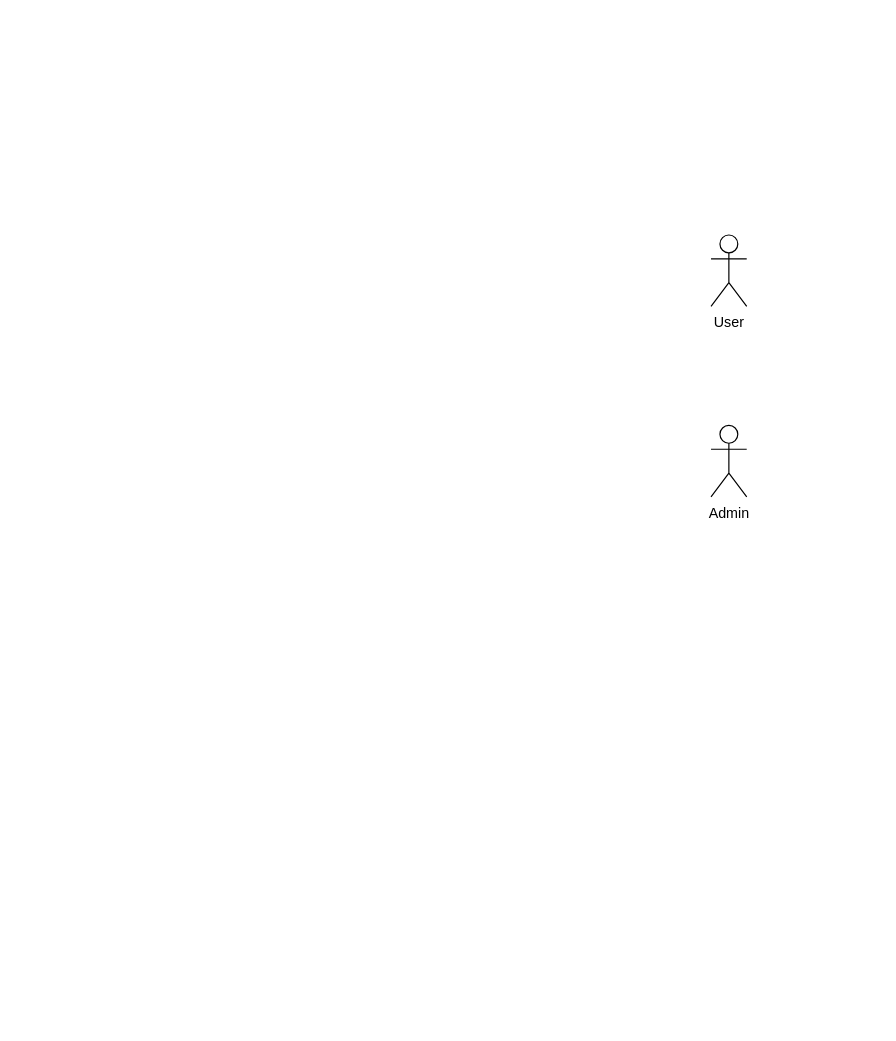
The draw.io diagram usecase.drawio in DuongThang0702/diagram, before the edit. Source tidied: cells renumbered, new cells numbered last; positions are measured from the earlier drawing's top-left corner, leaving out a move shared by most shapes. Both pictures are drawn from the tidied source at 119%, with x=0, y=0 at pixel (710, 234).
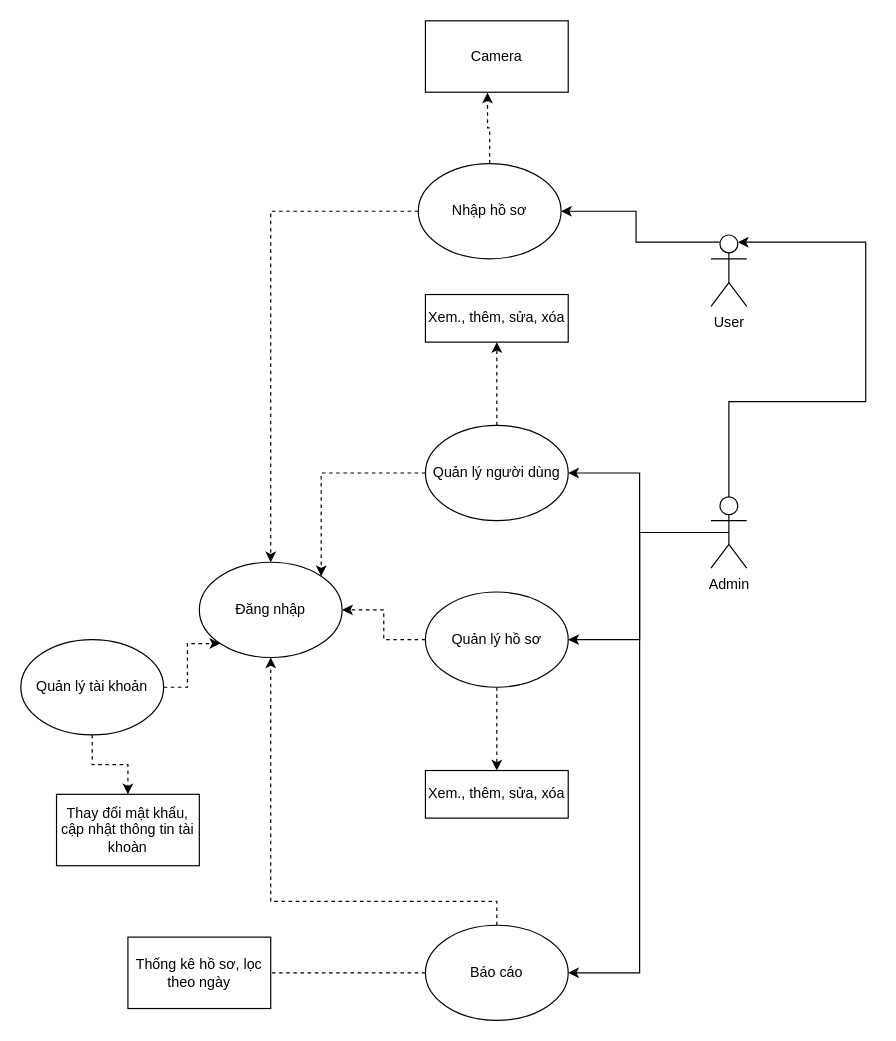
The same page after the edit.

Unchanged cells that the change refers to:
```xml
<mxCell id="2" value="User" style="shape=umlActor;verticalLabelPosition=bottom;verticalAlign=top;html=1;outlineConnect=0;" parent="1" vertex="1">
  <mxGeometry width="30" height="60" as="geometry" />
</mxCell>
```

The edit, as a diff of the source:
```diff
@@
+    <mxCell id="4" style="edgeStyle=orthogonalEdgeStyle;rounded=0;jettySize=auto;html=1;exitX=0.25;exitY=0.1;exitDx=0;exitDy=0;exitPerimeter=0;entryX=1;entryY=0.5;entryDx=0;entryDy=0;" parent="1" edge="1" source="2" target="13">
+      <mxGeometry relative="1" as="geometry" />
+    </mxCell>
@@
+    <mxCell id="5" style="edgeStyle=orthogonalEdgeStyle;rounded=0;jettySize=auto;html=1;entryX=1;entryY=0.5;entryDx=0;entryDy=0;" parent="1" edge="1" source="3" target="11">
+      <mxGeometry relative="1" as="geometry" />
+    </mxCell>
+    <mxCell id="6" style="edgeStyle=orthogonalEdgeStyle;rounded=0;jettySize=auto;html=1;exitX=0.5;exitY=0.5;exitDx=0;exitDy=0;exitPerimeter=0;entryX=1;entryY=0.5;entryDx=0;entryDy=0;" parent="1" edge="1" source="3" target="25">
+      <mxGeometry relative="1" as="geometry" />
+    </mxCell>
+    <mxCell id="7" style="edgeStyle=orthogonalEdgeStyle;rounded=0;jettySize=auto;html=1;exitX=0.5;exitY=0.5;exitDx=0;exitDy=0;exitPerimeter=0;entryX=1;entryY=0.5;entryDx=0;entryDy=0;" parent="1" edge="1" source="3" target="21">
+      <mxGeometry relative="1" as="geometry" />
+    </mxCell>
     <mxCell id="3" value="Admin" style="shape=umlActor;verticalLabelPosition=bottom;verticalAlign=top;html=1;outlineConnect=0;" parent="1" vertex="1">
-      <mxGeometry y="160" width="30" height="60" as="geometry" />
+      <mxGeometry y="220" width="30" height="60" as="geometry" />
     </mxCell>
+    <mxCell id="8" style="edgeStyle=orthogonalEdgeStyle;rounded=0;jettySize=auto;html=1;entryX=0.75;entryY=0.1;entryDx=0;entryDy=0;entryPerimeter=0;" parent="1" edge="1" source="3" target="2">
+      <mxGeometry relative="1" as="geometry">
+        <Array as="points">
+          <mxPoint x="15" y="140" />
+          <mxPoint x="130" y="140" />
+          <mxPoint x="130" y="6" />
+        </Array>
+      </mxGeometry>
+    </mxCell>
+    <mxCell id="9" style="edgeStyle=orthogonalEdgeStyle;rounded=0;jettySize=auto;html=1;dashed=1;" parent="1" edge="1" source="11" target="14">
+      <mxGeometry relative="1" as="geometry">
+        <Array as="points">
+          <mxPoint x="-180" y="110" />
+          <mxPoint x="-180" y="110" />
+        </Array>
+      </mxGeometry>
+    </mxCell>
+    <mxCell id="10" style="edgeStyle=orthogonalEdgeStyle;rounded=0;jettySize=auto;html=1;entryX=1;entryY=0;entryDx=0;entryDy=0;dashed=1;" parent="1" edge="1" source="11" target="15">
+      <mxGeometry relative="1" as="geometry" />
+    </mxCell>
+    <mxCell id="11" value="Quản lý người dùng" style="ellipse;whiteSpace=wrap;html=1;" parent="1" vertex="1">
+      <mxGeometry x="-240" y="160" width="120" height="80" as="geometry" />
+    </mxCell>
+    <mxCell id="12" style="edgeStyle=orthogonalEdgeStyle;rounded=0;jettySize=auto;html=1;dashed=1;" parent="1" edge="1" source="13" target="15">
+      <mxGeometry relative="1" as="geometry" />
+    </mxCell>
+    <mxCell id="13" value="Nhập hồ sơ" style="ellipse;whiteSpace=wrap;html=1;" parent="1" vertex="1">
+      <mxGeometry x="-246" y="-60" width="120" height="80" as="geometry" />
+    </mxCell>
+    <mxCell id="14" value="Xem., thêm, sửa, xóa" style="rounded=0;whiteSpace=wrap;html=1;" parent="1" vertex="1">
+      <mxGeometry x="-240" y="50" width="120" height="40" as="geometry" />
+    </mxCell>
+    <mxCell id="15" value="Đăng nhập" style="ellipse;whiteSpace=wrap;html=1;" parent="1" vertex="1">
+      <mxGeometry x="-430" y="275" width="120" height="80" as="geometry" />
+    </mxCell>
+    <mxCell id="16" style="edgeStyle=orthogonalEdgeStyle;rounded=0;jettySize=auto;html=1;entryX=0.5;entryY=0;entryDx=0;entryDy=0;dashed=1;" parent="1" edge="1" source="18" target="29">
+      <mxGeometry relative="1" as="geometry" />
+    </mxCell>
+    <mxCell id="17" style="edgeStyle=orthogonalEdgeStyle;rounded=0;jettySize=auto;html=1;entryX=0;entryY=1;entryDx=0;entryDy=0;dashed=1;" parent="1" edge="1" source="18" target="15">
+      <mxGeometry relative="1" as="geometry" />
+    </mxCell>
+    <mxCell id="18" value="Quản lý tài khoản" style="ellipse;whiteSpace=wrap;html=1;" parent="1" vertex="1">
+      <mxGeometry x="-580" y="340" width="120" height="80" as="geometry" />
+    </mxCell>
+    <mxCell id="19" style="edgeStyle=orthogonalEdgeStyle;rounded=0;jettySize=auto;html=1;entryX=0.5;entryY=0;entryDx=0;entryDy=0;dashed=1;" parent="1" edge="1" source="21" target="22">
+      <mxGeometry relative="1" as="geometry" />
+    </mxCell>
+    <mxCell id="20" style="edgeStyle=orthogonalEdgeStyle;rounded=0;jettySize=auto;html=1;exitX=0;exitY=0.5;exitDx=0;exitDy=0;dashed=1;" parent="1" edge="1" source="21" target="15">
+      <mxGeometry relative="1" as="geometry" />
+    </mxCell>
+    <mxCell id="21" value="Quản lý hồ sơ" style="ellipse;whiteSpace=wrap;html=1;" parent="1" vertex="1">
+      <mxGeometry x="-240" y="300" width="120" height="80" as="geometry" />
+    </mxCell>
+    <mxCell id="22" value="Xem., thêm, sửa, xóa" style="rounded=0;whiteSpace=wrap;html=1;" parent="1" vertex="1">
+      <mxGeometry x="-240" y="450" width="120" height="40" as="geometry" />
+    </mxCell>
+    <mxCell id="23" style="edgeStyle=orthogonalEdgeStyle;rounded=0;jettySize=auto;html=1;exitX=0;exitY=0.5;exitDx=0;exitDy=0;entryX=1;entryY=0.5;entryDx=0;entryDy=0;dashed=1;endArrow=none;endFill=0;" parent="1" edge="1" source="25" target="26">
+      <mxGeometry relative="1" as="geometry" />
+    </mxCell>
+    <mxCell id="24" style="edgeStyle=orthogonalEdgeStyle;rounded=0;jettySize=auto;html=1;entryX=0.5;entryY=1;entryDx=0;entryDy=0;dashed=1;" parent="1" edge="1" source="25" target="15">
+      <mxGeometry relative="1" as="geometry">
+        <Array as="points">
+          <mxPoint x="-180" y="560" />
+          <mxPoint x="-370" y="560" />
+        </Array>
+      </mxGeometry>
+    </mxCell>
+    <mxCell id="25" value="Báo cáo" style="ellipse;whiteSpace=wrap;html=1;" parent="1" vertex="1">
+      <mxGeometry x="-240" y="580" width="120" height="80" as="geometry" />
+    </mxCell>
+    <mxCell id="26" value="Thống kê hồ sơ, lọc theo ngày" style="rounded=0;whiteSpace=wrap;html=1;" parent="1" vertex="1">
+      <mxGeometry x="-490" y="590" width="120" height="60" as="geometry" />
+    </mxCell>
+    <mxCell id="27" value="Camera" style="rounded=0;whiteSpace=wrap;html=1;" parent="1" vertex="1">
+      <mxGeometry x="-240" y="-180" width="120" height="60" as="geometry" />
+    </mxCell>
+    <mxCell id="28" style="edgeStyle=orthogonalEdgeStyle;rounded=0;jettySize=auto;html=1;entryX=0.435;entryY=1.005;entryDx=0;entryDy=0;entryPerimeter=0;dashed=1;" parent="1" edge="1" source="13" target="27">
+      <mxGeometry relative="1" as="geometry" />
+    </mxCell>
+    <mxCell id="29" value="Thay đổi mật khẩu, cập nhật thông tin tài khoàn" style="rounded=0;whiteSpace=wrap;html=1;" parent="1" vertex="1">
+      <mxGeometry x="-550" y="470" width="120" height="60" as="geometry" />
+    </mxCell>
```
